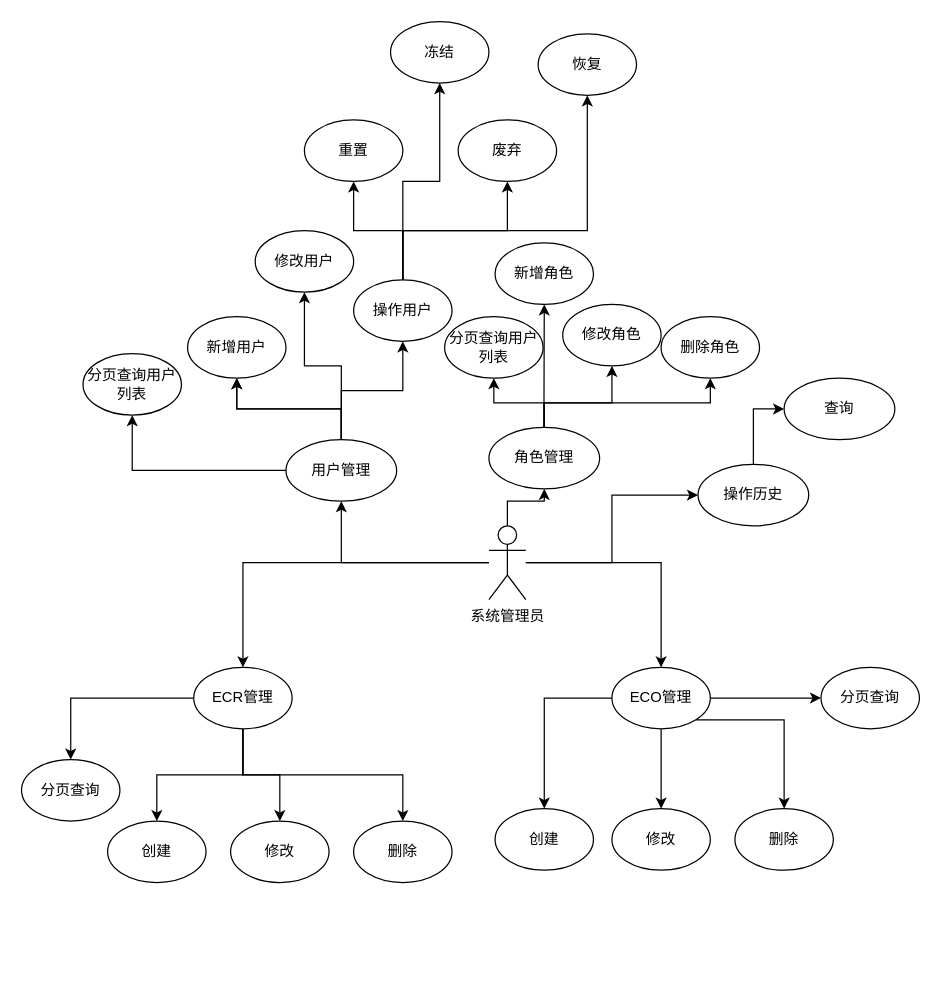
Above: ECR/系统管理员用例图.drawio in Merlin218/draw-file (draw.io), before the change. Source tidied: cells renumbered, new cells numbered last; positions are measured from the earlier drawing's top-left corner, leaving out a move shared by most shapes. Both pictures are drawn from the tidied source at 123%, with x=0, y=0 at pixel (21, 21).
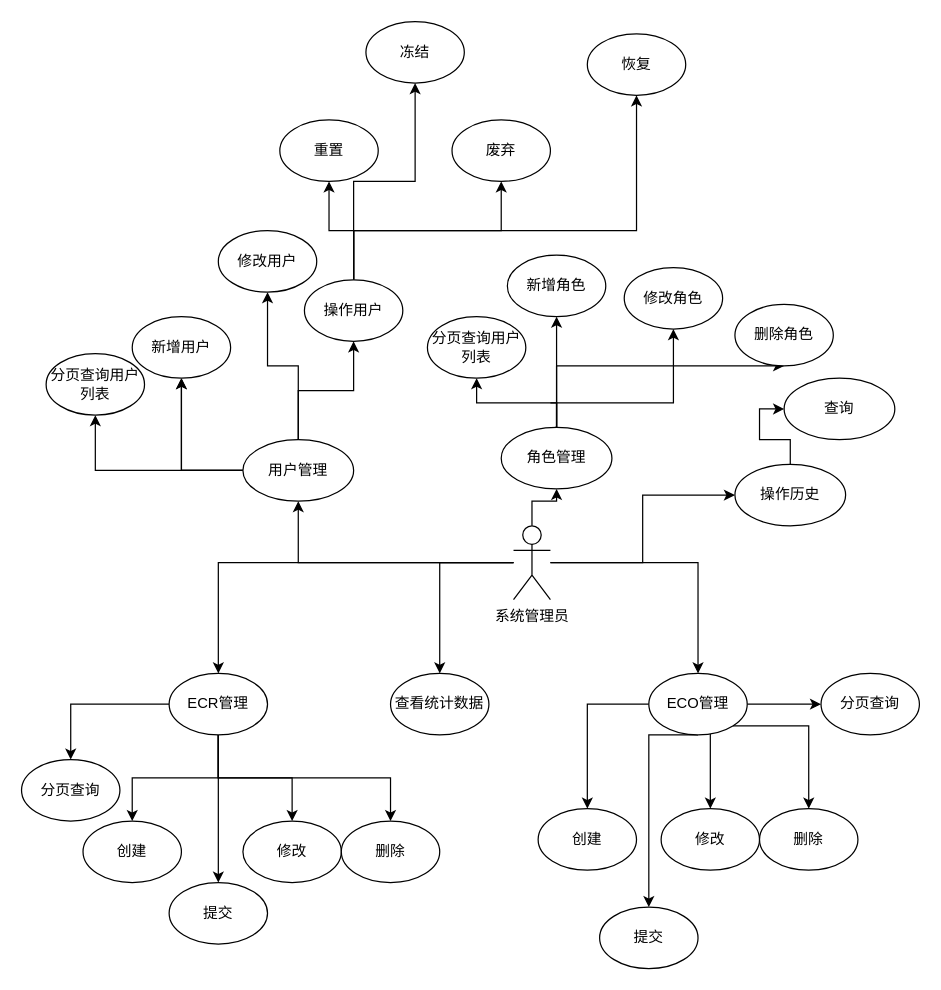
Above is the later version.

Commit message (it also covers changes not shown here):
更新系统管理员用例图.drawio

Change to the diagram source:
```diff
@@
+    <mxCell id="56" style="edgeStyle=orthogonalEdgeStyle;rounded=0;jettySize=auto;html=1;entryX=0.5;entryY=0;entryDx=0;entryDy=0;" parent="1" edge="1" source="7" target="59">
+      <mxGeometry relative="1" as="geometry" />
+    </mxCell>
     <mxCell id="7" value="系统管理员" style="shape=umlActor;verticalLabelPosition=bottom;verticalAlign=top;html=1;outlineConnect=0;" parent="1" vertex="1">
-      <mxGeometry x="380" y="410" width="30" height="60" as="geometry" />
+      <mxGeometry x="400" y="410" width="30" height="60" as="geometry" />
     </mxCell>
@@
     <mxCell id="13" value="用户管理" style="ellipse;whiteSpace=wrap;html=1;" parent="1" vertex="1">
-      <mxGeometry x="215" y="340" width="90" height="50" as="geometry" />
+      <mxGeometry x="180" y="340" width="90" height="50" as="geometry" />
     </mxCell>
     <mxCell id="14" value="新增用户" style="ellipse;whiteSpace=wrap;html=1;" parent="1" vertex="1">
-      <mxGeometry x="135" y="240" width="80" height="50" as="geometry" />
+      <mxGeometry x="90" y="240" width="80" height="50" as="geometry" />
     </mxCell>
     <mxCell id="15" value="修改用户" style="ellipse;whiteSpace=wrap;html=1;" parent="1" vertex="1">
-      <mxGeometry x="190" y="170" width="80" height="50" as="geometry" />
+      <mxGeometry x="160" y="170" width="80" height="50" as="geometry" />
     </mxCell>
@@
     <mxCell id="20" value="操作用户" style="ellipse;whiteSpace=wrap;html=1;" parent="1" vertex="1">
-      <mxGeometry x="270" y="210" width="80" height="50" as="geometry" />
+      <mxGeometry x="230" y="210" width="80" height="50" as="geometry" />
     </mxCell>
     <mxCell id="21" value="重置" style="ellipse;whiteSpace=wrap;html=1;" parent="1" vertex="1">
-      <mxGeometry x="230" y="80" width="80" height="50" as="geometry" />
+      <mxGeometry x="210" y="80" width="80" height="50" as="geometry" />
     </mxCell>
     <mxCell id="22" value="冻结" style="ellipse;whiteSpace=wrap;html=1;" parent="1" vertex="1">
-      <mxGeometry x="300" width="80" height="50" as="geometry" />
+      <mxGeometry x="280" width="80" height="50" as="geometry" />
     </mxCell>
     <mxCell id="23" value="废弃" style="ellipse;whiteSpace=wrap;html=1;" parent="1" vertex="1">
-      <mxGeometry x="355" y="80" width="80" height="50" as="geometry" />
+      <mxGeometry x="350" y="80" width="80" height="50" as="geometry" />
     </mxCell>
     <mxCell id="24" value="恢复" style="ellipse;whiteSpace=wrap;html=1;" parent="1" vertex="1">
-      <mxGeometry x="420" y="10" width="80" height="50" as="geometry" />
+      <mxGeometry x="460" y="10" width="80" height="50" as="geometry" />
     </mxCell>
     <mxCell id="25" style="edgeStyle=orthogonalEdgeStyle;rounded=0;jettySize=auto;html=1;exitX=0.497;exitY=-0.027;exitDx=0;exitDy=0;entryX=0.5;entryY=1;entryDx=0;entryDy=0;exitPerimeter=0;" parent="1" edge="1" source="29" target="30">
       <mxGeometry relative="1" as="geometry">
         <Array as="points">
-          <mxPoint x="425" y="330" />
-          <mxPoint x="425" y="330" />
+          <mxPoint x="435" y="330" />
+          <mxPoint x="435" y="330" />
+          <mxPoint x="435" y="240" />
         </Array>
       </mxGeometry>
     </mxCell>
     <mxCell id="26" style="edgeStyle=orthogonalEdgeStyle;rounded=0;jettySize=auto;html=1;exitX=0.5;exitY=0;exitDx=0;exitDy=0;entryX=0.5;entryY=1;entryDx=0;entryDy=0;" parent="1" edge="1" source="29" target="31">
       <mxGeometry relative="1" as="geometry">
         <Array as="points">
-          <mxPoint x="425" y="310" />
+          <mxPoint x="430" y="310" />
           <mxPoint x="480" y="310" />
         </Array>
       </mxGeometry>
     </mxCell>
     <mxCell id="27" style="edgeStyle=orthogonalEdgeStyle;rounded=0;jettySize=auto;html=1;exitX=0.5;exitY=0;exitDx=0;exitDy=0;entryX=0.5;entryY=1;entryDx=0;entryDy=0;" parent="1" edge="1" source="29" target="32">
       <mxGeometry relative="1" as="geometry">
         <Array as="points">
-          <mxPoint x="425" y="310" />
+          <mxPoint x="435" y="280" />
         </Array>
       </mxGeometry>
     </mxCell>
@@
     <mxCell id="29" value="角色管理" style="ellipse;whiteSpace=wrap;html=1;" parent="1" vertex="1">
-      <mxGeometry x="380" y="330" width="90" height="50" as="geometry" />
+      <mxGeometry x="390" y="330" width="90" height="50" as="geometry" />
     </mxCell>
     <mxCell id="30" value="新增角色" style="ellipse;whiteSpace=wrap;html=1;" parent="1" vertex="1">
-      <mxGeometry x="385" y="180" width="80" height="50" as="geometry" />
+      <mxGeometry x="395" y="190" width="80" height="50" as="geometry" />
     </mxCell>
     <mxCell id="31" value="修改角色" style="ellipse;whiteSpace=wrap;html=1;" parent="1" vertex="1">
-      <mxGeometry x="440" y="230" width="80" height="50" as="geometry" />
+      <mxGeometry x="490" y="200" width="80" height="50" as="geometry" />
     </mxCell>
     <mxCell id="32" value="删除角色" style="ellipse;whiteSpace=wrap;html=1;" parent="1" vertex="1">
-      <mxGeometry x="520" y="240" width="80" height="50" as="geometry" />
+      <mxGeometry x="580" y="230" width="80" height="50" as="geometry" />
     </mxCell>
@@
     <mxCell id="34" value="操作历史" style="ellipse;whiteSpace=wrap;html=1;" parent="1" vertex="1">
-      <mxGeometry x="550" y="360" width="90" height="50" as="geometry" />
+      <mxGeometry x="580" y="360" width="90" height="50" as="geometry" />
     </mxCell>
@@
     <mxCell id="36" value="分页查询用户列表" style="ellipse;whiteSpace=wrap;html=1;" parent="1" vertex="1">
-      <mxGeometry x="50" y="270" width="80" height="50" as="geometry" />
+      <mxGeometry x="20" y="270" width="80" height="50" as="geometry" />
     </mxCell>
     <mxCell id="37" value="分页查询用户列表" style="ellipse;whiteSpace=wrap;html=1;" parent="1" vertex="1">
-      <mxGeometry x="344" y="240" width="80" height="50" as="geometry" />
+      <mxGeometry x="330" y="240" width="80" height="50" as="geometry" />
     </mxCell>
@@
+    <mxCell id="57" style="edgeStyle=orthogonalEdgeStyle;rounded=0;jettySize=auto;html=1;exitX=0.5;exitY=1;exitDx=0;exitDy=0;entryX=0.5;entryY=0;entryDx=0;entryDy=0;" parent="1" edge="1" source="42" target="60">
+      <mxGeometry relative="1" as="geometry" />
+    </mxCell>
     <mxCell id="42" value="ECR管理" style="ellipse;whiteSpace=wrap;html=1;" parent="1" vertex="1">
-      <mxGeometry x="140" y="525" width="80" height="50" as="geometry" />
+      <mxGeometry x="120" y="530" width="80" height="50" as="geometry" />
     </mxCell>
     <mxCell id="43" value="创建" style="ellipse;whiteSpace=wrap;html=1;" parent="1" vertex="1">
-      <mxGeometry x="70" y="650" width="80" height="50" as="geometry" />
+      <mxGeometry x="50" y="650" width="80" height="50" as="geometry" />
     </mxCell>
     <mxCell id="44" value="修改" style="ellipse;whiteSpace=wrap;html=1;" parent="1" vertex="1">
-      <mxGeometry x="170" y="650" width="80" height="50" as="geometry" />
+      <mxGeometry x="180" y="650" width="80" height="50" as="geometry" />
     </mxCell>
     <mxCell id="45" value="删除" style="ellipse;whiteSpace=wrap;html=1;" parent="1" vertex="1">
-      <mxGeometry x="270" y="650" width="80" height="50" as="geometry" />
+      <mxGeometry x="260" y="650" width="80" height="50" as="geometry" />
     </mxCell>
@@
     <mxCell id="47" style="edgeStyle=orthogonalEdgeStyle;rounded=0;jettySize=auto;html=1;entryX=0.5;entryY=0;entryDx=0;entryDy=0;" parent="1" edge="1" source="50" target="52">
-      <mxGeometry relative="1" as="geometry" />
+      <mxGeometry relative="1" as="geometry">
+        <Array as="points">
+          <mxPoint x="560" y="600" />
+          <mxPoint x="560" y="600" />
+        </Array>
+      </mxGeometry>
     </mxCell>
@@
+    <mxCell id="58" style="edgeStyle=orthogonalEdgeStyle;rounded=0;jettySize=auto;html=1;exitX=0.5;exitY=1;exitDx=0;exitDy=0;entryX=0.5;entryY=0;entryDx=0;entryDy=0;" parent="1" edge="1" source="50" target="61">
+      <mxGeometry relative="1" as="geometry">
+        <Array as="points">
+          <mxPoint x="510" y="580" />
+        </Array>
+      </mxGeometry>
+    </mxCell>
     <mxCell id="50" value="ECO管理" style="ellipse;whiteSpace=wrap;html=1;" parent="1" vertex="1">
-      <mxGeometry x="480" y="525" width="80" height="50" as="geometry" />
+      <mxGeometry x="510" y="530" width="80" height="50" as="geometry" />
     </mxCell>
     <mxCell id="51" value="创建" style="ellipse;whiteSpace=wrap;html=1;" parent="1" vertex="1">
-      <mxGeometry x="385" y="640" width="80" height="50" as="geometry" />
+      <mxGeometry x="420" y="640" width="80" height="50" as="geometry" />
     </mxCell>
     <mxCell id="52" value="修改" style="ellipse;whiteSpace=wrap;html=1;" parent="1" vertex="1">
-      <mxGeometry x="480" y="640" width="80" height="50" as="geometry" />
+      <mxGeometry x="520" y="640" width="80" height="50" as="geometry" />
     </mxCell>
     <mxCell id="53" value="删除" style="ellipse;whiteSpace=wrap;html=1;" parent="1" vertex="1">
-      <mxGeometry x="580" y="640" width="80" height="50" as="geometry" />
+      <mxGeometry x="600" y="640" width="80" height="50" as="geometry" />
     </mxCell>
@@
     <mxCell id="55" value="分页查询" style="ellipse;whiteSpace=wrap;html=1;" parent="1" vertex="1">
-      <mxGeometry x="650" y="525" width="80" height="50" as="geometry" />
+      <mxGeometry x="650" y="530" width="80" height="50" as="geometry" />
     </mxCell>
+    <mxCell id="59" value="查看统计数据" style="ellipse;whiteSpace=wrap;html=1;" parent="1" vertex="1">
+      <mxGeometry x="300" y="530" width="80" height="50" as="geometry" />
+    </mxCell>
+    <mxCell id="60" value="提交" style="ellipse;whiteSpace=wrap;html=1;" parent="1" vertex="1">
+      <mxGeometry x="120" y="700" width="80" height="50" as="geometry" />
+    </mxCell>
+    <mxCell id="61" value="提交" style="ellipse;whiteSpace=wrap;html=1;" parent="1" vertex="1">
+      <mxGeometry x="470" y="720" width="80" height="50" as="geometry" />
+    </mxCell>
```
